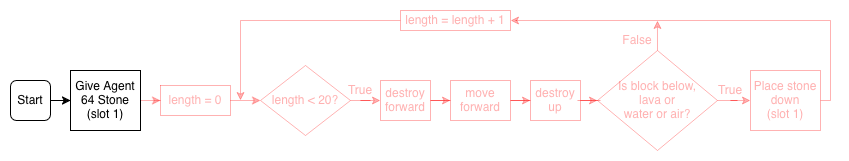
CausewayDigital/Minecraft-EE-MakeCode keeps this draw.io diagram as tutorials/python-islands/island-7/autominer/images/flowchart-landscape_1.png. Above is the earlier version. Source tidied: cells renumbered, new cells last; positions are measured from the earlier drawing's top-left corner, leaving out a move shared by most shapes.
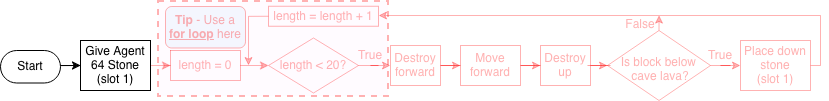
The same file after the commit.

The edit, as a diff of the source:
```diff
@@ -2,87 +2,96 @@
   <root>
     <mxCell id="0" />
     <mxCell id="1" parent="0" />
-    <mxCell id="2" style="edgeStyle=orthogonalEdgeStyle;rounded=0;jettySize=auto;html=1;" parent="1" edge="1" source="3" target="5">
-      <mxGeometry relative="1" as="geometry" />
-    </mxCell>
-    <mxCell id="3" value="Start" style="rounded=1;whiteSpace=wrap;html=1;" parent="1" vertex="1">
-      <mxGeometry y="70" width="40" height="40" as="geometry" />
-    </mxCell>
+    <mxCell id="26" style="edgeStyle=orthogonalEdgeStyle;rounded=0;jettySize=auto;html=1;" parent="1" edge="1" target="5">
+      <mxGeometry relative="1" as="geometry">
+        <mxPoint x="40" y="90" as="sourcePoint" />
+      </mxGeometry>
+    </mxCell>
-    <mxCell id="4" style="edgeStyle=orthogonalEdgeStyle;rounded=0;jettySize=auto;html=1;fontColor=light-dark(#FF0000,#FF0000);textOpacity=30;strokeColor=light-dark(#FF0000,#FF0000);opacity=30;" parent="1" edge="1" source="5" target="7">
+    <mxCell id="4" style="edgeStyle=orthogonalEdgeStyle;rounded=0;jettySize=auto;html=1;shadow=0;strokeColor=#FF0000;opacity=30;fontColor=#FF0000;textOpacity=30;" parent="1" edge="1" source="5" target="7">
       <mxGeometry relative="1" as="geometry" />
     </mxCell>
     <mxCell id="5" value="&lt;div&gt;Give Agent 64 Stone&lt;/div&gt;(slot 1)" style="rounded=0;whiteSpace=wrap;html=1;" parent="1" vertex="1">
-      <mxGeometry x="60" y="60" width="70" height="60" as="geometry" />
+      <mxGeometry x="60" y="65" width="70" height="50" as="geometry" />
     </mxCell>
-    <mxCell id="6" style="edgeStyle=orthogonalEdgeStyle;rounded=0;jettySize=auto;html=1;fontColor=light-dark(#FF0000,#FF0000);textOpacity=30;strokeColor=light-dark(#FF0000,#FF0000);opacity=30;" parent="1" edge="1" source="7" target="9">
+    <mxCell id="6" style="edgeStyle=orthogonalEdgeStyle;rounded=0;jettySize=auto;html=1;shadow=0;strokeColor=#FF0000;opacity=30;fontColor=#FF0000;textOpacity=30;" parent="1" edge="1" source="7" target="9">
       <mxGeometry relative="1" as="geometry" />
     </mxCell>
-    <mxCell id="7" value="length = 0" style="rounded=0;whiteSpace=wrap;html=1;fontColor=light-dark(#FF0000,#FF0000);textOpacity=30;strokeColor=light-dark(#FF0000,#FF0000);opacity=30;" parent="1" vertex="1">
+    <mxCell id="7" value="length = 0" style="rounded=0;whiteSpace=wrap;html=1;shadow=0;strokeColor=#FF0000;opacity=30;fontColor=#FF0000;textOpacity=30;" parent="1" vertex="1">
       <mxGeometry x="150" y="75" width="70" height="30" as="geometry" />
     </mxCell>
-    <mxCell id="8" style="edgeStyle=orthogonalEdgeStyle;rounded=0;jettySize=auto;html=1;fontColor=light-dark(#FF0000,#FF0000);textOpacity=30;strokeColor=light-dark(#FF0000,#FF0000);opacity=30;" parent="1" edge="1" source="9" target="11">
-      <mxGeometry relative="1" as="geometry" />
-    </mxCell>
+    <mxCell id="27" style="edgeStyle=orthogonalEdgeStyle;rounded=0;jettySize=auto;html=1;shadow=0;strokeColor=#FF0000;opacity=30;fontColor=#FF0000;textOpacity=30;" parent="1" edge="1" source="9" target="29">
+      <mxGeometry relative="1" as="geometry" />
+    </mxCell>
-    <mxCell id="9" value="length &amp;lt; 20?" style="rhombus;whiteSpace=wrap;html=1;fontColor=light-dark(#FF0000,#FF0000);textOpacity=30;strokeColor=light-dark(#FF0000,#FF0000);opacity=30;" parent="1" vertex="1">
-      <mxGeometry x="250" y="55" width="90" height="70" as="geometry" />
+    <mxCell id="9" value="length &amp;lt; 20?" style="rhombus;whiteSpace=wrap;html=1;shadow=0;strokeColor=#FF0000;opacity=30;fontColor=#FF0000;textOpacity=30;" parent="1" vertex="1">
+      <mxGeometry x="248" y="62.5" width="90" height="55" as="geometry" />
     </mxCell>
-    <mxCell id="10" style="edgeStyle=orthogonalEdgeStyle;rounded=0;jettySize=auto;html=1;fontColor=light-dark(#FF0000,#FF0000);textOpacity=30;strokeColor=light-dark(#FF0000,#FF0000);opacity=30;" parent="1" edge="1" source="11" target="13">
-      <mxGeometry relative="1" as="geometry" />
-    </mxCell>
-    <mxCell id="11" value="destroy forward" style="rounded=0;whiteSpace=wrap;html=1;fontColor=light-dark(#FF0000,#FF0000);textOpacity=30;strokeColor=light-dark(#FF0000,#FF0000);opacity=30;" parent="1" vertex="1">
-      <mxGeometry x="370" y="70" width="50" height="40" as="geometry" />
-    </mxCell>
-    <mxCell id="12" style="edgeStyle=orthogonalEdgeStyle;rounded=0;jettySize=auto;html=1;exitX=1;exitY=0.5;exitDx=0;exitDy=0;fontColor=light-dark(#FF0000,#FF0000);textOpacity=30;strokeColor=light-dark(#FF0000,#FF0000);opacity=30;" parent="1" edge="1" source="13" target="15">
-      <mxGeometry relative="1" as="geometry" />
-    </mxCell>
-    <mxCell id="13" value="move forward" style="rounded=0;whiteSpace=wrap;html=1;fontColor=light-dark(#FF0000,#FF0000);textOpacity=30;strokeColor=light-dark(#FF0000,#FF0000);opacity=30;" parent="1" vertex="1">
-      <mxGeometry x="440" y="70" width="60" height="40" as="geometry" />
-    </mxCell>
-    <mxCell id="14" style="edgeStyle=orthogonalEdgeStyle;rounded=0;jettySize=auto;html=1;fontColor=light-dark(#FF0000,#FF0000);textOpacity=30;strokeColor=light-dark(#FF0000,#FF0000);opacity=30;" parent="1" edge="1" source="15" target="18">
-      <mxGeometry relative="1" as="geometry" />
-    </mxCell>
-    <mxCell id="15" value="destroy up" style="rounded=0;whiteSpace=wrap;html=1;fontColor=light-dark(#FF0000,#FF0000);textOpacity=30;strokeColor=light-dark(#FF0000,#FF0000);opacity=30;" parent="1" vertex="1">
-      <mxGeometry x="520" y="70" width="50" height="40" as="geometry" />
-    </mxCell>
-    <mxCell id="16" style="edgeStyle=orthogonalEdgeStyle;rounded=0;jettySize=auto;html=1;fontColor=light-dark(#FF0000,#FF0000);textOpacity=30;strokeColor=light-dark(#FF0000,#FF0000);opacity=30;" parent="1" edge="1" source="18" target="20">
-      <mxGeometry relative="1" as="geometry" />
-    </mxCell>
-    <mxCell id="17" style="edgeStyle=orthogonalEdgeStyle;rounded=0;jettySize=auto;html=1;exitX=0.5;exitY=0;exitDx=0;exitDy=0;fontColor=light-dark(#FF0000,#FF0000);textOpacity=30;strokeColor=light-dark(#FF0000,#FF0000);opacity=30;" parent="1" edge="1" source="18">
-      <mxGeometry relative="1" as="geometry">
-        <mxPoint x="647" y="10" as="targetPoint" />
-      </mxGeometry>
-    </mxCell>
-    <mxCell id="18" value="Is block below, &lt;br&gt;lava or &lt;br&gt;water or air?" style="rhombus;whiteSpace=wrap;html=1;fontColor=light-dark(#FF0000,#FF0000);textOpacity=30;strokeColor=light-dark(#FF0000,#FF0000);opacity=30;" parent="1" vertex="1">
-      <mxGeometry x="587" y="40" width="120" height="100" as="geometry" />
-    </mxCell>
-    <mxCell id="19" style="edgeStyle=orthogonalEdgeStyle;rounded=0;jettySize=auto;html=1;entryX=1;entryY=0.5;entryDx=0;entryDy=0;fontColor=light-dark(#FF0000,#FF0000);textOpacity=30;strokeColor=light-dark(#FF0000,#FF0000);opacity=30;" parent="1" edge="1" source="20" target="25">
-      <mxGeometry relative="1" as="geometry">
-        <Array as="points">
-          <mxPoint x="820" y="90" />
-          <mxPoint x="820" y="10" />
-          <mxPoint x="505" y="10" />
-        </Array>
-      </mxGeometry>
-    </mxCell>
-    <mxCell id="20" value="&lt;div&gt;Place stone down&lt;/div&gt;(slot 1)" style="rounded=0;whiteSpace=wrap;html=1;fontColor=light-dark(#FF0000,#FF0000);textOpacity=30;strokeColor=light-dark(#FF0000,#FF0000);opacity=30;" parent="1" vertex="1">
-      <mxGeometry x="740" y="60" width="70" height="60" as="geometry" />
-    </mxCell>
-    <mxCell id="21" value="True&lt;span style=&quot;font-family: monospace; font-size: 0px;&quot;&gt;%3CmxGraphModel%3E%3Croot%3E%3CmxCell%20id%3D%220%22%2F%3E%3CmxCell%20id%3D%221%22%20parent%3D%220%22%2F%3E%3CmxCell%20id%3D%222%22%20value%3D%22destroy%20forward%22%20style%3D%22rounded%3D0%3BwhiteSpace%3Dwrap%3Bhtml%3D1%3B%22%20vertex%3D%221%22%20parent%3D%221%22%3E%3CmxGeometry%20x%3D%22240%22%20y%3D%22560%22%20width%3D%22120%22%20height%3D%2260%22%20as%3D%22geometry%22%2F%3E%3C%2FmxCell%3E%3C%2Froot%3E%3C%2FmxGraphModel%3E&lt;/span&gt;" style="text;html=1;align=center;verticalAlign=middle;whiteSpace=wrap;rounded=0;fontColor=light-dark(#FF0000,#FF0000);textOpacity=30;" parent="1" vertex="1">
-      <mxGeometry x="330" y="70" width="40" height="20" as="geometry" />
-    </mxCell>
-    <mxCell id="22" value="True&lt;span style=&quot;font-family: monospace; font-size: 0px;&quot;&gt;%3CmxGraphModel%3E%3Croot%3E%3CmxCell%20id%3D%220%22%2F%3E%3CmxCell%20id%3D%221%22%20parent%3D%220%22%2F%3E%3CmxCell%20id%3D%222%22%20value%3D%22destroy%20forward%22%20style%3D%22rounded%3D0%3BwhiteSpace%3Dwrap%3Bhtml%3D1%3B%22%20vertex%3D%221%22%20parent%3D%221%22%3E%3CmxGeometry%20x%3D%22240%22%20y%3D%22560%22%20width%3D%22120%22%20height%3D%2260%22%20as%3D%22geometry%22%2F%3E%3C%2FmxCell%3E%3C%2Froot%3E%3C%2FmxGraphModel%3E&lt;/span&gt;" style="text;html=1;align=center;verticalAlign=middle;whiteSpace=wrap;rounded=0;fontColor=light-dark(#FF0000,#FF0000);textOpacity=30;" parent="1" vertex="1">
-      <mxGeometry x="700" y="70" width="40" height="20" as="geometry" />
-    </mxCell>
+    <mxCell id="28" style="edgeStyle=orthogonalEdgeStyle;rounded=0;jettySize=auto;html=1;shadow=0;strokeColor=#FF0000;opacity=30;fontColor=#FF0000;textOpacity=30;" parent="1" edge="1" source="29" target="31">
+      <mxGeometry relative="1" as="geometry" />
+    </mxCell>
+    <mxCell id="29" value="Destroy forward" style="rounded=0;whiteSpace=wrap;html=1;shadow=0;strokeColor=#FF0000;opacity=30;fontColor=#FF0000;textOpacity=30;" parent="1" vertex="1">
+      <mxGeometry x="370" y="70" width="50" height="40" as="geometry" />
+    </mxCell>
+    <mxCell id="30" style="edgeStyle=orthogonalEdgeStyle;rounded=0;jettySize=auto;html=1;exitX=1;exitY=0.5;exitDx=0;exitDy=0;shadow=0;strokeColor=#FF0000;opacity=30;fontColor=#FF0000;textOpacity=30;" parent="1" edge="1" source="31" target="33">
+      <mxGeometry relative="1" as="geometry" />
+    </mxCell>
+    <mxCell id="31" value="Move forward" style="rounded=0;whiteSpace=wrap;html=1;shadow=0;strokeColor=#FF0000;opacity=30;fontColor=#FF0000;textOpacity=30;" parent="1" vertex="1">
+      <mxGeometry x="440" y="70" width="60" height="40" as="geometry" />
+    </mxCell>
+    <mxCell id="32" style="edgeStyle=orthogonalEdgeStyle;rounded=0;jettySize=auto;html=1;shadow=0;strokeColor=#FF0000;opacity=30;fontColor=#FF0000;textOpacity=30;" parent="1" edge="1" source="33" target="36">
+      <mxGeometry relative="1" as="geometry" />
+    </mxCell>
+    <mxCell id="33" value="Destroy up" style="rounded=0;whiteSpace=wrap;html=1;shadow=0;strokeColor=#FF0000;opacity=30;fontColor=#FF0000;textOpacity=30;" parent="1" vertex="1">
+      <mxGeometry x="520" y="70" width="50" height="40" as="geometry" />
+    </mxCell>
+    <mxCell id="34" style="edgeStyle=orthogonalEdgeStyle;rounded=0;jettySize=auto;html=1;shadow=0;strokeColor=#FF0000;opacity=30;fontColor=#FF0000;textOpacity=30;" parent="1" edge="1" source="36" target="38">
+      <mxGeometry relative="1" as="geometry" />
+    </mxCell>
+    <mxCell id="35" style="edgeStyle=orthogonalEdgeStyle;rounded=0;jettySize=auto;html=1;exitX=0.5;exitY=0;exitDx=0;exitDy=0;entryX=0.964;entryY=0.029;entryDx=0;entryDy=0;entryPerimeter=0;shadow=0;strokeColor=#FF0000;opacity=30;fontColor=#FF0000;textOpacity=30;" parent="1" edge="1" source="36" target="23">
+      <mxGeometry relative="1" as="geometry" />
+    </mxCell>
+    <mxCell id="36" value="Is block below&amp;nbsp;&lt;br&gt;cave lava?" style="rhombus;whiteSpace=wrap;html=1;verticalAlign=middle;spacingBottom=0;spacingTop=7;spacingLeft=3;shadow=0;strokeColor=#FF0000;opacity=30;fontColor=#FF0000;textOpacity=30;" parent="1" vertex="1">
+      <mxGeometry x="587" y="55" width="103" height="70" as="geometry" />
+    </mxCell>
+    <mxCell id="37" style="edgeStyle=orthogonalEdgeStyle;rounded=0;jettySize=auto;html=1;entryX=1;entryY=0.5;entryDx=0;entryDy=0;shadow=0;strokeColor=#FF0000;opacity=30;fontColor=#FF0000;textOpacity=30;" parent="1" edge="1" source="38" target="25">
+      <mxGeometry relative="1" as="geometry">
+        <Array as="points">
+          <mxPoint x="800" y="90" />
+          <mxPoint x="800" y="40" />
+          <mxPoint x="358" y="40" />
+        </Array>
+      </mxGeometry>
+    </mxCell>
+    <mxCell id="38" value="&lt;div&gt;Place down stone&lt;/div&gt;(slot 1)" style="rounded=0;whiteSpace=wrap;html=1;shadow=0;strokeColor=#FF0000;opacity=30;fontColor=#FF0000;textOpacity=30;" parent="1" vertex="1">
+      <mxGeometry x="720" y="65" width="70" height="50" as="geometry" />
+    </mxCell>
+    <mxCell id="39" value="True&lt;span style=&quot;font-family: monospace; font-size: 0px;&quot;&gt;%3CmxGraphModel%3E%3Croot%3E%3CmxCell%20id%3D%220%22%2F%3E%3CmxCell%20id%3D%221%22%20parent%3D%220%22%2F%3E%3CmxCell%20id%3D%222%22%20value%3D%22destroy%20forward%22%20style%3D%22rounded%3D0%3BwhiteSpace%3Dwrap%3Bhtml%3D1%3B%22%20vertex%3D%221%22%20parent%3D%221%22%3E%3CmxGeometry%20x%3D%22240%22%20y%3D%22560%22%20width%3D%22120%22%20height%3D%2260%22%20as%3D%22geometry%22%2F%3E%3C%2FmxCell%3E%3C%2Froot%3E%3C%2FmxGraphModel%3E&lt;/span&gt;" style="text;html=1;align=center;verticalAlign=middle;whiteSpace=wrap;rounded=0;shadow=0;strokeColor=none;opacity=30;fontColor=#FF0000;textOpacity=30;" parent="1" vertex="1">
+      <mxGeometry x="330" y="70" width="40" height="20" as="geometry" />
+    </mxCell>
+    <mxCell id="40" value="True&lt;span style=&quot;font-family: monospace; font-size: 0px;&quot;&gt;%3CmxGraphModel%3E%3Croot%3E%3CmxCell%20id%3D%220%22%2F%3E%3CmxCell%20id%3D%221%22%20parent%3D%220%22%2F%3E%3CmxCell%20id%3D%222%22%20value%3D%22destroy%20forward%22%20style%3D%22rounded%3D0%3BwhiteSpace%3Dwrap%3Bhtml%3D1%3B%22%20vertex%3D%221%22%20parent%3D%221%22%3E%3CmxGeometry%20x%3D%22240%22%20y%3D%22560%22%20width%3D%22120%22%20height%3D%2260%22%20as%3D%22geometry%22%2F%3E%3C%2FmxCell%3E%3C%2Froot%3E%3C%2FmxGraphModel%3E&lt;/span&gt;" style="text;html=1;align=center;verticalAlign=middle;whiteSpace=wrap;rounded=0;shadow=0;strokeColor=none;opacity=30;fontColor=#FF0000;textOpacity=30;" parent="1" vertex="1">
+      <mxGeometry x="680" y="70" width="40" height="20" as="geometry" />
+    </mxCell>
-    <mxCell id="23" value="False" style="text;html=1;align=center;verticalAlign=middle;whiteSpace=wrap;rounded=0;fontColor=light-dark(#FF0000,#FF0000);textOpacity=30;" parent="1" vertex="1">
-      <mxGeometry x="607" y="20" width="40" height="20" as="geometry" />
+    <mxCell id="23" value="False" style="text;html=1;align=center;verticalAlign=middle;whiteSpace=wrap;rounded=0;shadow=0;strokeColor=none;opacity=30;fontColor=#FF0000;textOpacity=30;" parent="1" vertex="1">
+      <mxGeometry x="600" y="39" width="40" height="20" as="geometry" />
     </mxCell>
-    <mxCell id="24" style="edgeStyle=orthogonalEdgeStyle;rounded=0;jettySize=auto;html=1;exitX=0;exitY=0.5;exitDx=0;exitDy=0;fontColor=light-dark(#FF0000,#FF0000);textOpacity=30;strokeColor=light-dark(#FF0000,#FF0000);opacity=30;" parent="1" edge="1" source="25">
-      <mxGeometry relative="1" as="geometry">
-        <mxPoint x="230" y="90" as="targetPoint" />
-      </mxGeometry>
-    </mxCell>
+    <mxCell id="41" style="edgeStyle=orthogonalEdgeStyle;rounded=0;jettySize=auto;html=1;exitX=0;exitY=0.5;exitDx=0;exitDy=0;shadow=0;strokeColor=#FF0000;opacity=30;fontColor=#FF0000;textOpacity=30;" parent="1" edge="1" source="25">
+      <mxGeometry relative="1" as="geometry">
+        <mxPoint x="228" y="90" as="targetPoint" />
+        <Array as="points">
+          <mxPoint x="228" y="41" />
+        </Array>
+      </mxGeometry>
+    </mxCell>
-    <mxCell id="25" value="length = length + 1" style="rounded=0;whiteSpace=wrap;html=1;fontColor=light-dark(#FF0000,#FF0000);textOpacity=30;strokeColor=light-dark(#FF0000,#FF0000);opacity=30;" parent="1" vertex="1">
-      <mxGeometry x="390" width="110" height="20" as="geometry" />
+    <mxCell id="25" value="length = length + 1" style="rounded=0;whiteSpace=wrap;html=1;shadow=0;strokeColor=#FF0000;opacity=30;fontColor=#FF0000;textOpacity=30;" parent="1" vertex="1">
+      <mxGeometry x="248" y="30.8" width="110" height="20" as="geometry" />
     </mxCell>
+    <mxCell id="42" style="rounded=0;whiteSpace=wrap;html=1;fillColor=light-dark(#FB0FFF0D,#EDEDED0D);strokeColor=#FF0000;strokeWidth=2;dashed=1;perimeterSpacing=0;shadow=0;opacity=30;fontColor=#FF0000;textOpacity=30;" parent="1" vertex="1">
+      <mxGeometry x="138" y="26" width="230" height="95" as="geometry" />
+    </mxCell>
+    <mxCell id="43" value="&lt;b&gt;Tip &lt;/b&gt;- Use a &lt;b&gt;&lt;u&gt;for loop&lt;/u&gt;&lt;/b&gt; here" style="text;html=1;whiteSpace=wrap;strokeColor=#FF0000;fillColor=#dae8fc;align=center;verticalAlign=middle;rounded=1;glass=0;shadow=0;opacity=30;fontColor=#FF0000;textOpacity=30;" parent="1" vertex="1">
+      <mxGeometry x="145" y="31" width="80" height="41.5" as="geometry" />
+    </mxCell>
+    <mxCell id="3" value="Start" style="html=1;dashed=0;whiteSpace=wrap;shape=mxgraph.dfd.start;" parent="1" vertex="1">
+      <mxGeometry x="-20" y="75" width="60" height="32.5" as="geometry" />
+    </mxCell>
   </root>
 </mxGraphModel>
```
